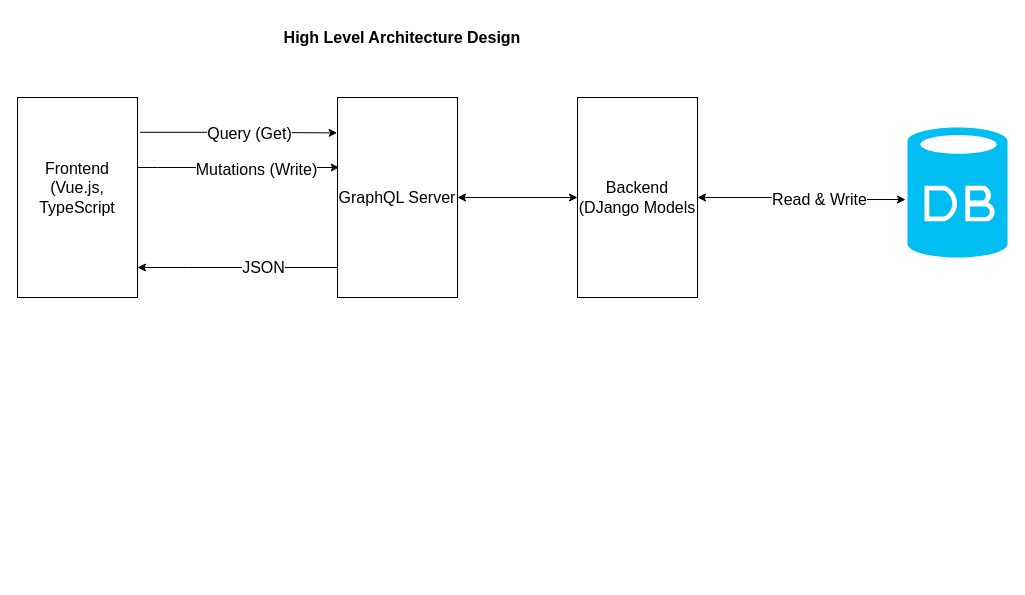
The draw.io diagram docs/architecture/arch/HighLevelArch.drawio in dmpe/django-wohn, before the edit. Source tidied: cells renumbered, new cells numbered last; positions are measured from the earlier drawing's top-left corner, leaving out a move shared by most shapes. Both pictures are drawn from the tidied source at 100%, with x=0, y=0 at pixel (17, 17).
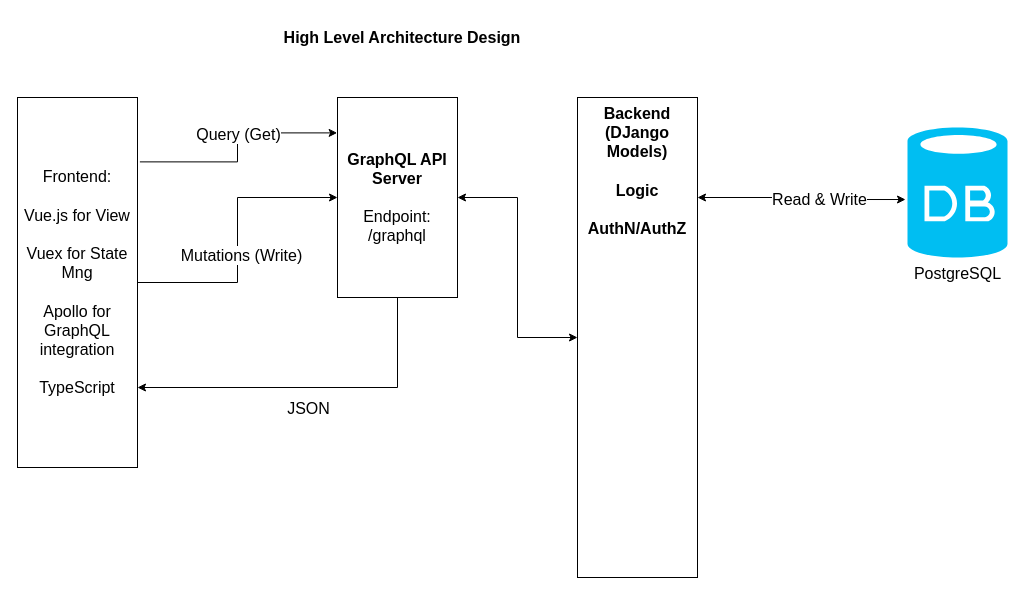
After the change.

Diff of the diagram source:
```diff
@@
-    <mxCell id="5" style="edgeStyle=orthogonalEdgeStyle;rounded=0;jettySize=auto;html=1;entryX=0.014;entryY=0.35;entryDx=0;entryDy=0;entryPerimeter=0;fontSize=16;" parent="1" edge="1" source="7" target="10">
-      <mxGeometry relative="1" as="geometry">
-        <Array as="points">
-          <mxPoint x="140" y="150" />
-          <mxPoint x="140" y="150" />
-        </Array>
-      </mxGeometry>
+    <mxCell id="5" style="edgeStyle=orthogonalEdgeStyle;rounded=0;jettySize=auto;html=1;fontSize=16;" parent="1" edge="1" source="7" target="10">
+      <mxGeometry relative="1" as="geometry" />
     </mxCell>
-    <mxCell id="6" value="Mutations (Write)" style="text;html=1;align=center;verticalAlign=middle;labelBackgroundColor=#ffffff;fontSize=16;" parent="5" vertex="1">
-      <mxGeometry x="0.17" y="-1" relative="1" as="geometry" />
+    <mxCell id="6" value="Mutations (Write)" style="text;html=1;align=center;verticalAlign=middle;labelBackgroundColor=#ffffff;fontSize=16;rotation=0;" parent="5" vertex="1">
+      <mxGeometry x="0.17" y="-1" relative="1" as="geometry">
+        <mxPoint x="2" y="39" as="offset" />
+      </mxGeometry>
     </mxCell>
-    <mxCell id="7" value="&lt;div&gt;Frontend (Vue.js, TypeScript&lt;/div&gt;&lt;div&gt;&lt;br&gt;&lt;/div&gt;" style="rounded=0;whiteSpace=wrap;html=1;fontSize=16;" parent="1" vertex="1">
-      <mxGeometry y="80" width="120" height="200" as="geometry" />
+    <mxCell id="7" value="&lt;div&gt;Frontend:&lt;/div&gt;&lt;div&gt;&lt;br&gt;&lt;/div&gt;&lt;div&gt;Vue.js for View&lt;/div&gt;&lt;div&gt;&lt;br&gt;&lt;/div&gt;&lt;div&gt;Vuex for State Mng&lt;/div&gt;&lt;div&gt;&lt;br&gt;&lt;/div&gt;&lt;div&gt;Apollo for GraphQL integration&lt;br&gt;&lt;/div&gt;&lt;div&gt;&lt;br&gt;&lt;/div&gt;&lt;div&gt; TypeScript&lt;/div&gt;" style="rounded=0;whiteSpace=wrap;html=1;fontSize=16;" parent="1" vertex="1">
+      <mxGeometry y="80" width="120" height="370" as="geometry" />
     </mxCell>
     <mxCell id="8" style="edgeStyle=orthogonalEdgeStyle;rounded=0;jettySize=auto;html=1;fontSize=16;" parent="1" edge="1" source="10" target="7">
       <mxGeometry relative="1" as="geometry">
         <Array as="points">
-          <mxPoint x="170" y="250" />
-          <mxPoint x="170" y="250" />
+          <mxPoint x="380" y="370" />
         </Array>
       </mxGeometry>
     </mxCell>
     <mxCell id="9" value="JSON" style="text;html=1;align=center;verticalAlign=middle;labelBackgroundColor=#ffffff;fontSize=16;" parent="8" vertex="1">
-      <mxGeometry x="-0.25" y="-1" relative="1" as="geometry" />
+      <mxGeometry x="-0.25" y="-1" relative="1" as="geometry">
+        <mxPoint x="-49" y="21" as="offset" />
+      </mxGeometry>
     </mxCell>
-    <mxCell id="10" value="GraphQL Server" style="rounded=0;whiteSpace=wrap;html=1;fontSize=16;" parent="1" vertex="1">
+    <mxCell id="10" value="&lt;div&gt;&lt;b&gt;GraphQL API Server&lt;/b&gt;&lt;/div&gt;&lt;div&gt;&lt;br&gt;&lt;/div&gt;&lt;div&gt;Endpoint: /graphql&lt;br&gt;&lt;/div&gt;" style="rounded=0;whiteSpace=wrap;html=1;fontSize=16;" parent="1" vertex="1">
       <mxGeometry x="320" y="80" width="120" height="200" as="geometry" />
     </mxCell>
@@
-    <mxCell id="14" value="Backend (DJango Models" style="rounded=0;whiteSpace=wrap;html=1;fontSize=16;" parent="1" vertex="1">
-      <mxGeometry x="560" y="80" width="120" height="200" as="geometry" />
+    <mxCell id="14" value="&lt;div&gt;&lt;b&gt;Backend (DJango Models)&lt;/b&gt;&lt;/div&gt;&lt;div&gt;&lt;b&gt;&lt;br&gt;&lt;/b&gt;&lt;/div&gt;&lt;div&gt;&lt;b&gt;Logic &lt;br&gt;&lt;/b&gt;&lt;/div&gt;&lt;div&gt;&lt;b&gt;&lt;br&gt;&lt;/b&gt;&lt;/div&gt;&lt;div&gt;&lt;b&gt;AuthN/AuthZ&lt;br&gt;&lt;/b&gt;&lt;/div&gt;&lt;div&gt;&lt;br&gt;&lt;/div&gt;&lt;div&gt;&lt;br&gt;&lt;/div&gt;" style="rounded=0;whiteSpace=wrap;html=1;fontSize=16;verticalAlign=top;" parent="1" vertex="1">
+      <mxGeometry x="560" y="80" width="120" height="480" as="geometry" />
     </mxCell>
-    <mxCell id="15" style="verticalLabelPosition=bottom;html=1;verticalAlign=top;align=center;strokeColor=none;fillColor=#00BEF2;shape=mxgraph.azure.database;fontSize=16;" parent="1" vertex="1">
+    <mxCell id="15" value="PostgreSQL" style="verticalLabelPosition=bottom;html=1;verticalAlign=top;align=center;strokeColor=none;fillColor=#00BEF2;shape=mxgraph.azure.database;fontSize=16;" parent="1" vertex="1">
       <mxGeometry x="890" y="110" width="100" height="130" as="geometry" />
     </mxCell>
```
